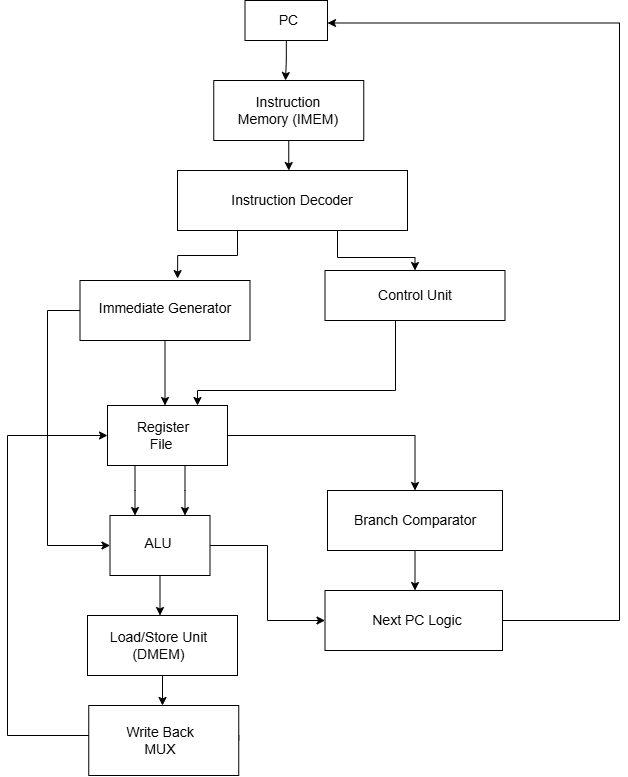
The draw.io diagram docs/score_v_architecture/score_v_architecture.drawio.png in etf-unibl/SCore-V, before a commit. Source tidied: cells renumbered, new cells last; positions are measured from the earlier drawing's top-left corner, leaving out a move shared by most shapes.
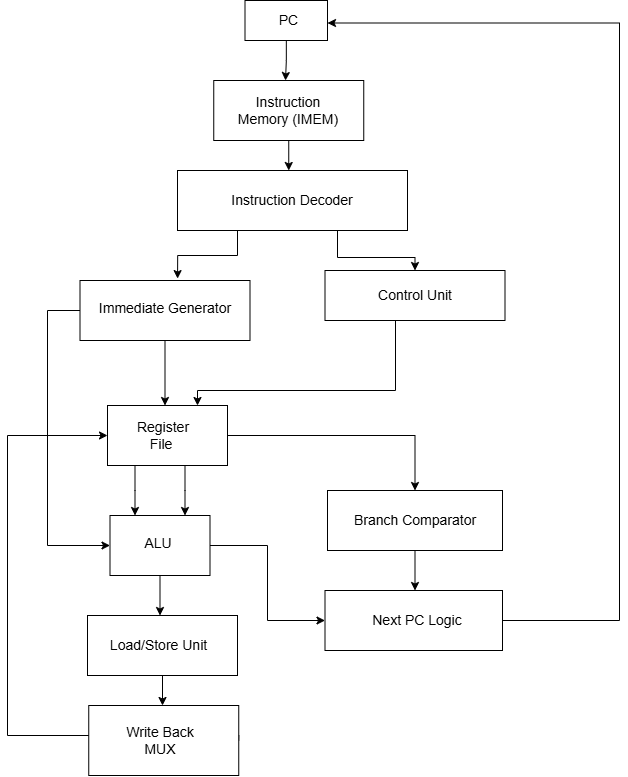
Above is the later version.

Commit message:
Issue #158 : Document responsibilities of main components

- Added descriptions of the main processor components and their responsibilities
- Fixed minor issues in the README.

The edit, as a diff of the source:
```diff
@@ -105,7 +105,7 @@
     <mxCell id="25" style="rounded=0;whiteSpace=wrap;html=1;" parent="1" vertex="1">
       <mxGeometry x="80" y="615" width="150" height="60" as="geometry" />
     </mxCell>
-    <mxCell id="26" value="&lt;font style=&quot;font-size: 14px;&quot;&gt;Load/Store Unit &lt;/font&gt;&lt;div&gt;&lt;font style=&quot;font-size: 14px;&quot;&gt;(DMEM)&lt;/font&gt;&lt;/div&gt;" style="text;html=1;whiteSpace=wrap;strokeColor=none;fillColor=none;align=center;verticalAlign=middle;rounded=0;" parent="1" vertex="1">
+    <mxCell id="26" value="&lt;font style=&quot;font-size: 14px;&quot;&gt;Load/Store Unit&lt;/font&gt;" style="text;html=1;whiteSpace=wrap;strokeColor=none;fillColor=none;align=center;verticalAlign=middle;rounded=0;" parent="1" vertex="1">
       <mxGeometry x="98.8" y="630" width="105" height="30" as="geometry" />
     </mxCell>
     <mxCell id="27" style="edgeStyle=orthogonalEdgeStyle;rounded=0;jettySize=auto;html=1;entryX=1;entryY=0.5;entryDx=0;entryDy=0;exitX=1;exitY=0.5;exitDx=0;exitDy=0;" parent="1" edge="1" source="28" target="14">
```
